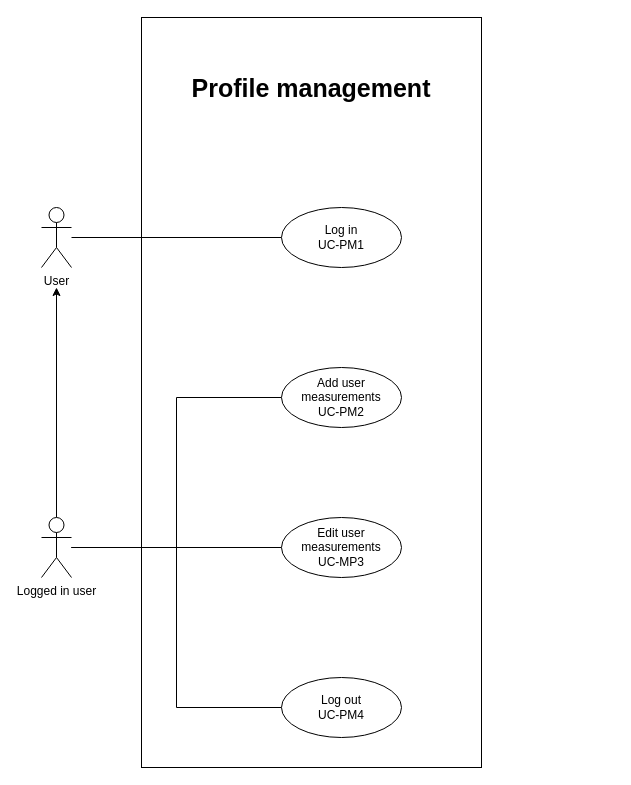
Before: docs/diagrams/UCD-profile-management.drawio in gienon-fer/SeekFit, a draw.io diagram. Source tidied: cells renumbered, new cells numbered last; positions are measured from the earlier drawing's top-left corner, leaving out a move shared by most shapes. Both pictures are drawn from the tidied source at 100%, with x=0, y=0 at pixel (41, 17).
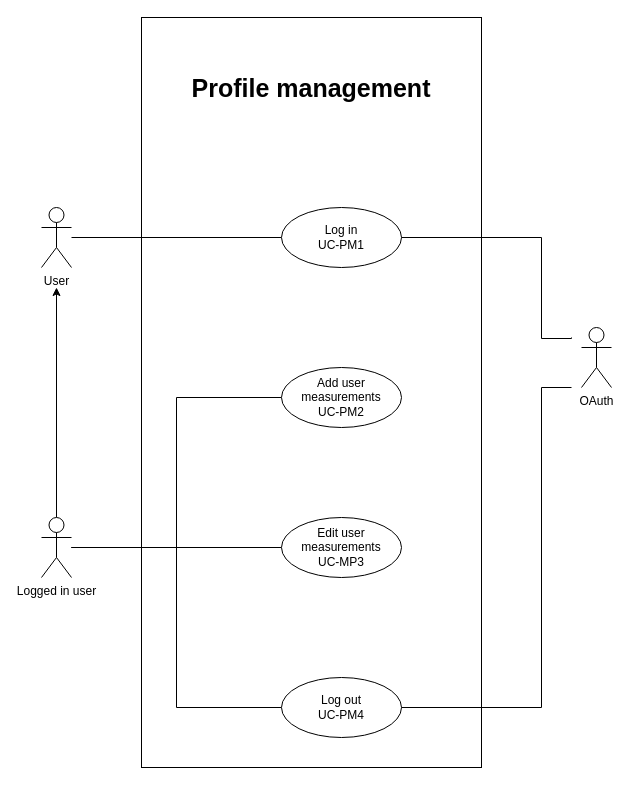
Above is the later version.

Unchanged cells that the change refers to:
```xml
<mxCell id="10" value="Log in&lt;br&gt;UC-PM1" style="ellipse;whiteSpace=wrap;html=1;fillColor=default;" parent="1" vertex="1">
  <mxGeometry x="240" y="190" width="120" height="60" as="geometry" />
</mxCell>
<mxCell id="11" value="Log out&lt;br&gt;UC-PM4" style="ellipse;whiteSpace=wrap;html=1;fillColor=default;" parent="1" vertex="1">
  <mxGeometry x="240" y="660" width="120" height="60" as="geometry" />
</mxCell>
```

Diff of the diagram source:
```diff
@@
+    <mxCell id="15" value="OAuth" style="shape=umlActor;verticalLabelPosition=bottom;verticalAlign=top;html=1;" parent="1" vertex="1">
+      <mxGeometry x="540" y="310" width="30" height="60" as="geometry" />
+    </mxCell>
+    <mxCell id="16" style="edgeStyle=orthogonalEdgeStyle;rounded=0;jettySize=auto;html=1;endArrow=none;endFill=0;entryX=1;entryY=0.5;entryDx=0;entryDy=0;" parent="1" edge="1" target="10">
+      <mxGeometry relative="1" as="geometry">
+        <mxPoint x="530" y="320" as="sourcePoint" />
+        <Array as="points">
+          <mxPoint x="500" y="321" />
+          <mxPoint x="500" y="220" />
+        </Array>
+      </mxGeometry>
+    </mxCell>
+    <mxCell id="17" style="endArrow=none;html=1;rounded=0;exitX=1;exitY=0.5;exitDx=0;exitDy=0;" parent="1" edge="1" source="11">
+      <mxGeometry relative="1" as="geometry">
+        <mxPoint x="530" y="370" as="targetPoint" />
+        <Array as="points">
+          <mxPoint x="500" y="690" />
+          <mxPoint x="500" y="370" />
+        </Array>
+      </mxGeometry>
+    </mxCell>
```
